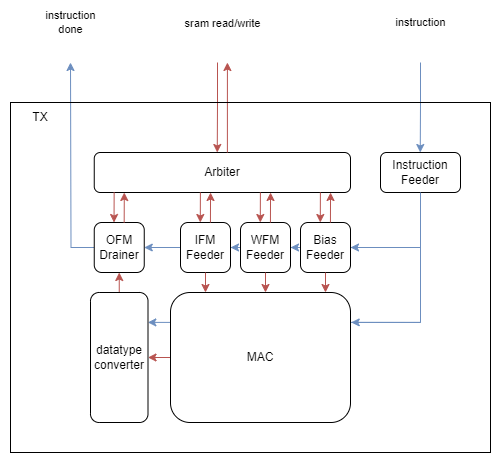
Earlier version of the draw.io export npu_v2/diagram/MAC-TX.drawio.png (thousrm/universal_NPU-CNN_accelerator). Source tidied: cells renumbered, new cells last; positions are measured from the earlier drawing's top-left corner, leaving out a move shared by most shapes.
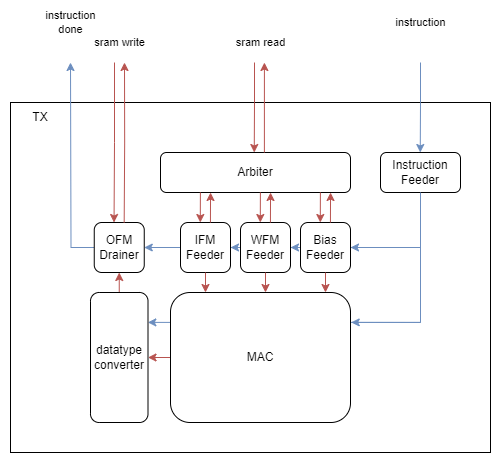
Above is the later version.

Change to the diagram source:
```diff
@@ -2,6 +2,9 @@
   <root>
     <mxCell id="0" />
     <mxCell id="1" parent="0" />
+    <mxCell id="36" style="rounded=0;whiteSpace=wrap;html=1;fillColor=none;" parent="1" vertex="1">
+      <mxGeometry y="40" width="480" height="350" as="geometry" />
+    </mxCell>
     <mxCell id="2" style="edgeStyle=orthogonalEdgeStyle;rounded=0;jettySize=auto;html=1;entryX=0.997;entryY=0.23;entryDx=0;entryDy=0;entryPerimeter=0;fillColor=#dae8fc;strokeColor=#6c8ebf;" parent="1" edge="1" source="23" target="14">
       <mxGeometry relative="1" as="geometry">
         <Array as="points">
@@ -74,7 +77,7 @@
       <mxGeometry relative="1" as="geometry" />
     </mxCell>
     <mxCell id="19" value="Arbiter" style="rounded=1;whiteSpace=wrap;html=1;" parent="1" vertex="1">
-      <mxGeometry x="83.8" y="90" width="256.2" height="40" as="geometry" />
+      <mxGeometry x="150" y="90" width="190" height="40" as="geometry" />
     </mxCell>
     <mxCell id="20" style="edgeStyle=orthogonalEdgeStyle;rounded=0;jettySize=auto;html=1;entryX=1;entryY=0.5;entryDx=0;entryDy=0;fillColor=#dae8fc;strokeColor=#6c8ebf;" parent="1" edge="1" source="23" target="15">
       <mxGeometry relative="1" as="geometry">
@@ -108,16 +111,20 @@
         </Array>
       </mxGeometry>
     </mxCell>
-    <mxCell id="25" style="edgeStyle=orthogonalEdgeStyle;rounded=0;orthogonalLoop=1;jettySize=auto;html=1;exitX=0.5;exitY=0;exitDx=0;exitDy=0;entryX=0.098;entryY=1;entryDx=0;entryDy=0;entryPerimeter=0;fillColor=#f8cecc;strokeColor=#b85450;" parent="1" edge="1">
+    <mxCell id="25" style="edgeStyle=orthogonalEdgeStyle;rounded=0;orthogonalLoop=1;jettySize=auto;html=1;exitX=0.5;exitY=0;exitDx=0;exitDy=0;fillColor=#f8cecc;strokeColor=#b85450;" parent="1" edge="1">
       <mxGeometry relative="1" as="geometry">
         <mxPoint x="113.7" y="160" as="sourcePoint" />
-        <mxPoint x="113.8" y="130" as="targetPoint" />
+        <mxPoint x="114" as="targetPoint" />
       </mxGeometry>
     </mxCell>
-    <mxCell id="26" style="edgeStyle=orthogonalEdgeStyle;rounded=0;orthogonalLoop=1;jettySize=auto;html=1;exitX=0.5;exitY=0;exitDx=0;exitDy=0;entryX=0.098;entryY=1;entryDx=0;entryDy=0;entryPerimeter=0;fillColor=#f8cecc;strokeColor=#b85450;" parent="1" edge="1">
+    <mxCell id="26" style="edgeStyle=orthogonalEdgeStyle;rounded=0;orthogonalLoop=1;jettySize=auto;html=1;entryX=0.098;entryY=1;entryDx=0;entryDy=0;entryPerimeter=0;fillColor=#f8cecc;strokeColor=#b85450;" parent="1" edge="1">
       <mxGeometry relative="1" as="geometry">
-        <mxPoint x="103.7" y="130" as="sourcePoint" />
+        <mxPoint x="104" as="sourcePoint" />
         <mxPoint x="103.5" y="160" as="targetPoint" />
+        <Array as="points">
+          <mxPoint x="104" y="80" />
+          <mxPoint x="104" y="80" />
+        </Array>
       </mxGeometry>
     </mxCell>
     <mxCell id="27" style="edgeStyle=orthogonalEdgeStyle;rounded=0;orthogonalLoop=1;jettySize=auto;html=1;exitX=0.5;exitY=0;exitDx=0;exitDy=0;entryX=0.098;entryY=1;entryDx=0;entryDy=0;entryPerimeter=0;fillColor=#f8cecc;strokeColor=#b85450;" parent="1" edge="1">
@@ -158,32 +165,32 @@
     </mxCell>
     <mxCell id="33" style="edgeStyle=orthogonalEdgeStyle;rounded=0;orthogonalLoop=1;jettySize=auto;html=1;exitX=0.5;exitY=0;exitDx=0;exitDy=0;fillColor=#f8cecc;strokeColor=#b85450;" parent="1" edge="1">
       <mxGeometry relative="1" as="geometry">
-        <mxPoint x="216.9" y="90" as="sourcePoint" />
-        <mxPoint x="217" as="targetPoint" />
+        <mxPoint x="253.9" y="90" as="sourcePoint" />
+        <mxPoint x="254" as="targetPoint" />
         <Array as="points">
-          <mxPoint x="217" />
+          <mxPoint x="254" />
         </Array>
       </mxGeometry>
     </mxCell>
-    <mxCell id="34" value="sram read/write" style="edgeLabel;html=1;align=center;verticalAlign=middle;" parent="33" vertex="1">
+    <mxCell id="34" value="sram read" style="edgeLabel;html=1;align=center;verticalAlign=middle;" parent="33" vertex="1">
       <mxGeometry x="-0.04" relative="1" as="geometry">
-        <mxPoint x="-5" y="-86" as="offset" />
+        <mxPoint x="-4" y="-67" as="offset" />
       </mxGeometry>
     </mxCell>
     <mxCell id="35" style="edgeStyle=orthogonalEdgeStyle;rounded=0;orthogonalLoop=1;jettySize=auto;html=1;entryX=0.098;entryY=1;entryDx=0;entryDy=0;entryPerimeter=0;fillColor=#f8cecc;strokeColor=#b85450;" parent="1" edge="1">
       <mxGeometry relative="1" as="geometry">
-        <mxPoint x="207" as="sourcePoint" />
-        <mxPoint x="206.8" y="90" as="targetPoint" />
+        <mxPoint x="244" as="sourcePoint" />
+        <mxPoint x="243.8" y="90" as="targetPoint" />
         <Array as="points">
-          <mxPoint x="207" y="40" />
+          <mxPoint x="244" y="40" />
         </Array>
       </mxGeometry>
     </mxCell>
-    <mxCell id="36" style="rounded=0;whiteSpace=wrap;html=1;fillColor=none;" parent="1" vertex="1">
-      <mxGeometry y="40" width="480" height="350" as="geometry" />
-    </mxCell>
     <mxCell id="37" value="TX" style="text;html=1;strokeColor=none;fillColor=none;align=center;verticalAlign=middle;whiteSpace=wrap;rounded=0;" parent="1" vertex="1">
       <mxGeometry y="40" width="60" height="30" as="geometry" />
     </mxCell>
+    <mxCell id="38" value="sram write" style="edgeLabel;html=1;align=center;verticalAlign=middle;" parent="1" vertex="1">
+      <mxGeometry x="108.7" y="-20" as="geometry" />
+    </mxCell>
   </root>
 </mxGraphModel>
```
